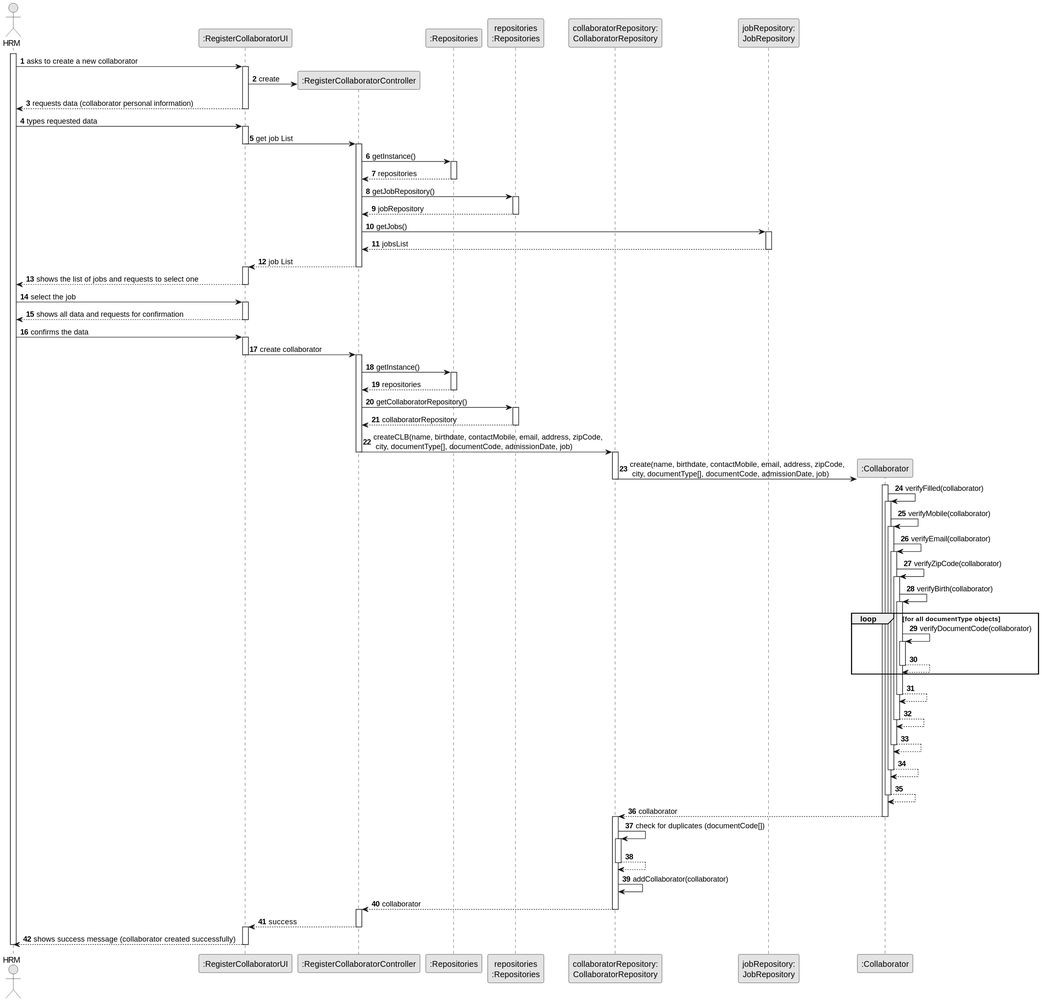
The PlantUML diagram docs/sprintB/us003/03.design/svg/us003-sequence-diagram-full.svg in ricardomm7/leaflink, before a commit.
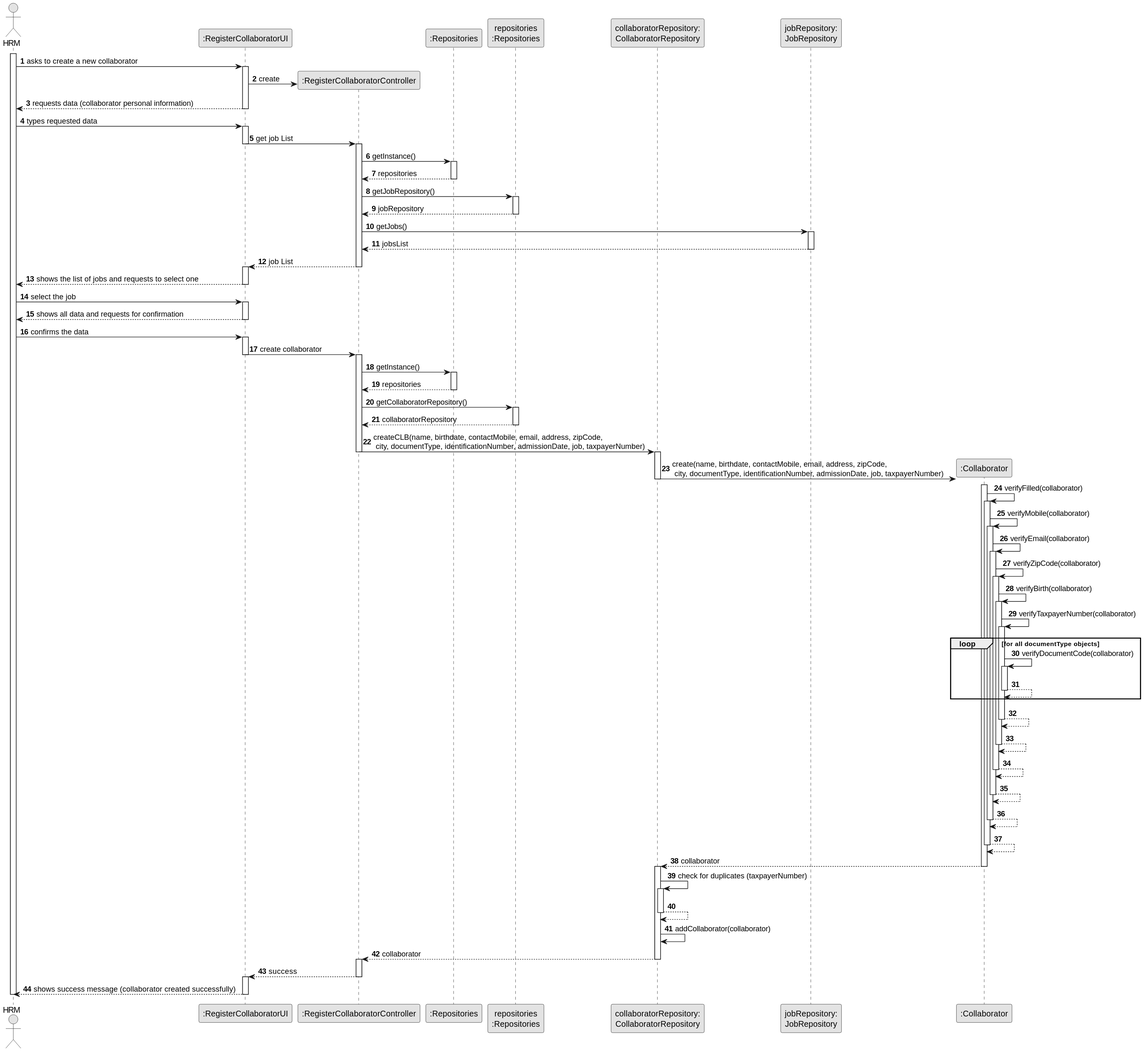
The same diagram one commit later.

Commit message:
LFC2-145 <US3 coherence check. Images exported.>

The edit, as a diff of the source:
```diff
@@ -75,11 +75,11 @@
 PLAT -->  CTRL: collaboratorRepository
 deactivate PLAT
 
-CTRL -> CLBREP : createCLB(name, birthdate, contactMobile, email, address, zipCode,\n city, documentType[], documentCode, admissionDate, job)
+CTRL -> CLBREP : createCLB(name, birthdate, contactMobile, email, address, zipCode,\n city, documentType, identificationNumber, admissionDate, job, taxpayerNumber)
 deactivate CTRL
 
 activate CLBREP
-CLBREP->CLB** : create(name, birthdate, contactMobile, email, address, zipCode,\n city, documentType[], documentCode, admissionDate, job)
+CLBREP->CLB** : create(name, birthdate, contactMobile, email, address, zipCode,\n city, documentType, identificationNumber, admissionDate, job, taxpayerNumber)
 deactivate CLBREP
 activate CLB
 CLB -> CLB : verifyFilled(collaborator)
@@ -91,6 +91,8 @@
 CLB -> CLB : verifyZipCode(collaborator)
 activate CLB
 CLB -> CLB : verifyBirth(collaborator)
+activate CLB
+CLB -> CLB : verifyTaxpayerNumber(collaborator)
 activate CLB
 
 loop for all documentType objects
@@ -110,12 +112,14 @@
 deactivate CLB
 CLB --> CLB
 deactivate CLB
+CLB --> CLB
+deactivate CLB
 
 CLB -->CLBREP : collaborator
 deactivate CLB
 activate CLBREP
 
-CLBREP -> CLBREP : check for duplicates (documentCode[])
+CLBREP -> CLBREP : check for duplicates (taxpayerNumber)
 activate CLBREP
 CLBREP --> CLBREP
 deactivate CLBREP
```
